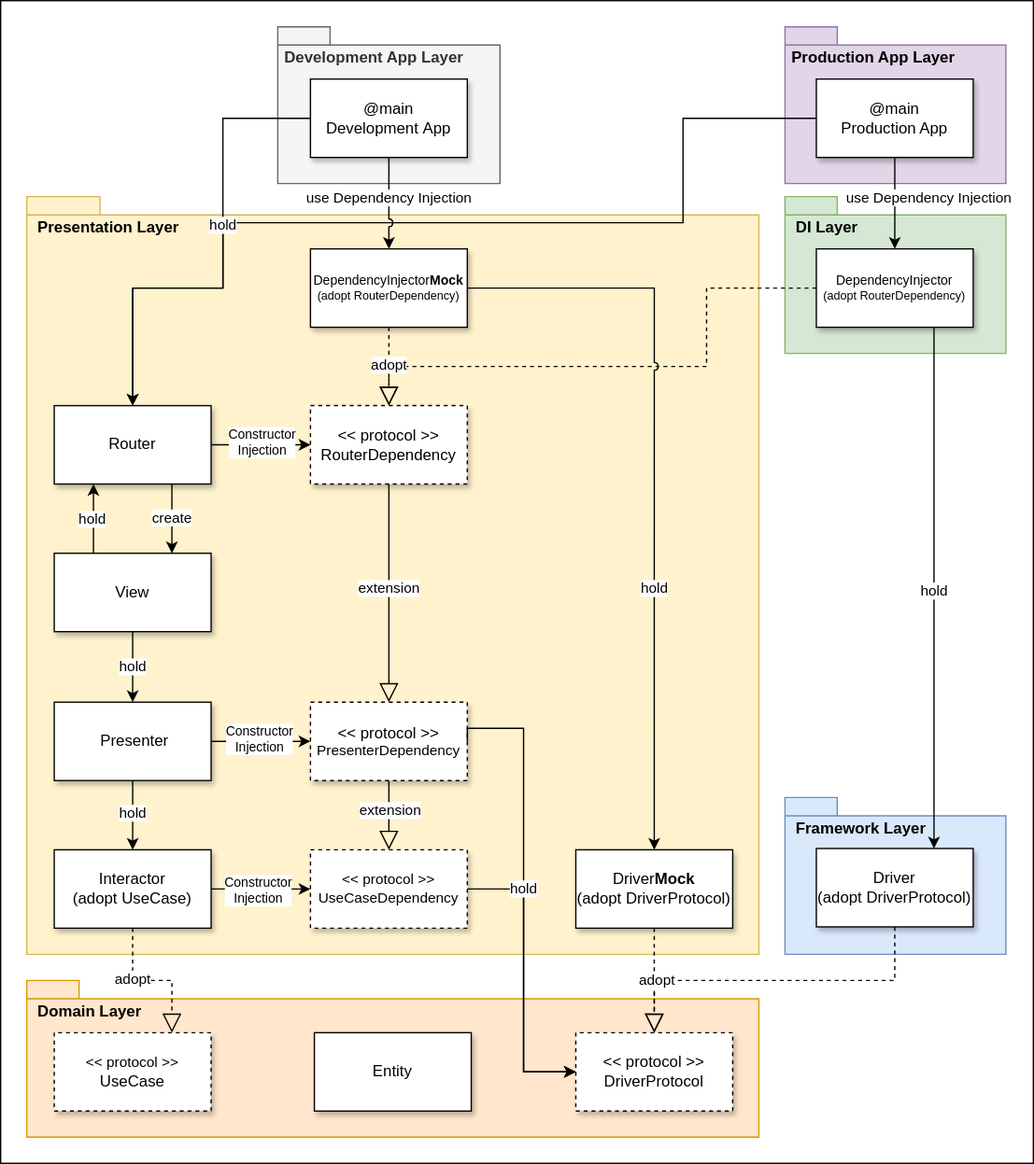
This is asset/drawio/architecture.drawio.svg from suguruTakahashi-1234/fia-practical-sample, a draw.io export, as it was before one commit. Source tidied: cells renumbered, new cells last; positions are measured from the earlier drawing's top-left corner, leaving out a move shared by most shapes.
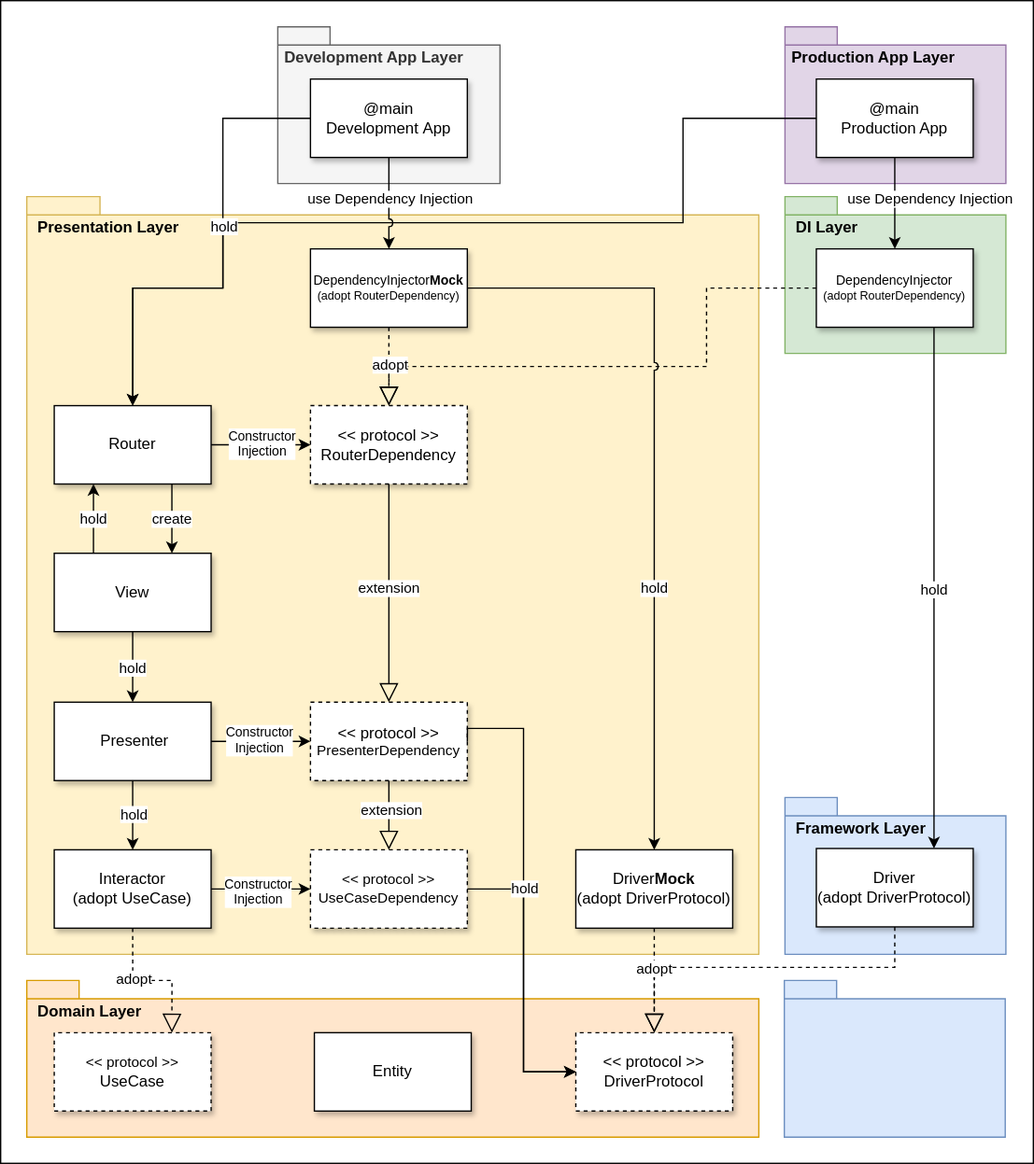
Above is the later version.

Diff of the diagram source:
```diff
@@ -202,14 +202,14 @@
     <mxCell id="53" style="endArrow=block;dashed=1;endFill=0;endSize=12;html=1;rounded=0;exitX=0.5;exitY=1;exitDx=0;exitDy=0;entryX=0.5;entryY=0;entryDx=0;entryDy=0;edgeStyle=orthogonalEdgeStyle;" parent="1" edge="1" source="35" target="34">
       <mxGeometry relative="1" as="geometry">
         <Array as="points">
-          <mxPoint x="644" y="750" />
-          <mxPoint x="462" y="750" />
+          <mxPoint x="684" y="740" />
+          <mxPoint x="500" y="740" />
         </Array>
       </mxGeometry>
     </mxCell>
     <mxCell id="54" value="adopt" style="edgeLabel;html=1;align=center;verticalAlign=middle;" parent="53" vertex="1">
       <mxGeometry x="-0.36" y="1" relative="1" as="geometry">
-        <mxPoint x="-139" y="-1" as="offset" />
+        <mxPoint x="-132" y="-1" as="offset" />
       </mxGeometry>
     </mxCell>
     <mxCell id="55" style="endArrow=classic;html=1;rounded=0;exitX=0;exitY=0.5;exitDx=0;exitDy=0;edgeStyle=orthogonalEdgeStyle;jumpStyle=arc;entryX=0.5;entryY=0;entryDx=0;entryDy=0;" parent="1" edge="1" source="47" target="14">
@@ -248,5 +248,8 @@
         <mxPoint y="-1" as="offset" />
       </mxGeometry>
     </mxCell>
+    <mxCell id="60" value="&lt;span style=&quot;text-align: center;&quot;&gt;&amp;nbsp;&amp;nbsp;&lt;/span&gt;" style="shape=folder;fontStyle=1;spacingTop=10;tabWidth=40;tabHeight=14;tabPosition=left;html=1;whiteSpace=wrap;align=left;horizontal=1;verticalAlign=top;fillColor=#dae8fc;strokeColor=#6c8ebf;" parent="1" vertex="1">
+      <mxGeometry x="599.5" y="750" width="169" height="120" as="geometry" />
+    </mxCell>
   </root>
 </mxGraphModel>
```
